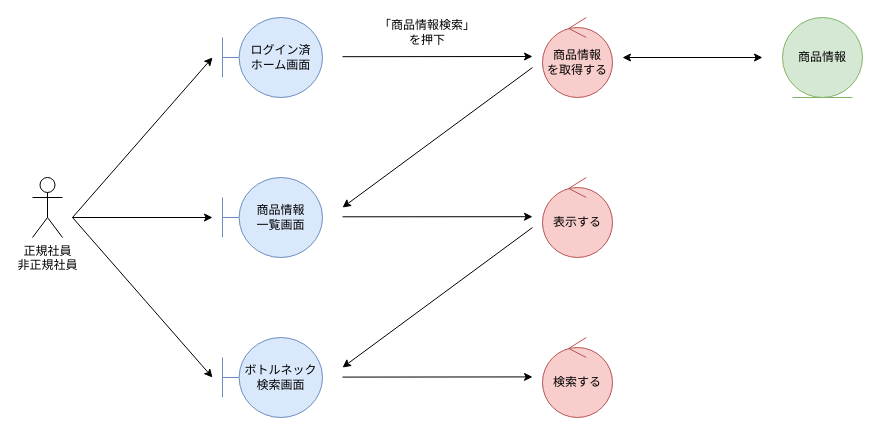
Before: page "*ボトルネック判定" (2 of 3) of 各種設計書/3ロバストネス図/商品情報管理/2.検索機能.drawio in HaruShim/Sotuken, a draw.io diagram. Source tidied: cells renumbered, new cells numbered last; positions are measured from the earlier drawing's top-left corner, leaving out a move shared by most shapes. Both pictures are drawn from the tidied source at 100%, with x=0, y=0 at pixel (32, 17).
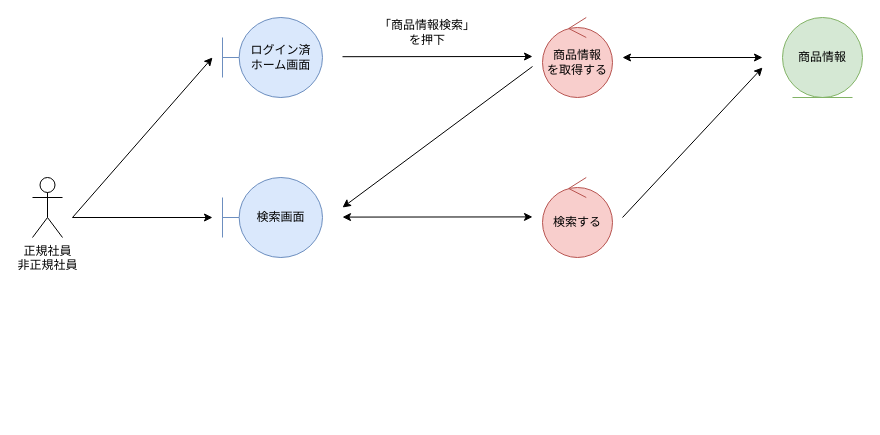
The same diagram, later.

What changed in the source:
```diff
@@
-    <mxCell id="4" value="商品情報&lt;br&gt;一覧画面" style="shape=umlBoundary;whiteSpace=wrap;html=1;fillColor=#dae8fc;strokeColor=#6c8ebf;" parent="1" vertex="1">
-      <mxGeometry x="190" y="160" width="100" height="80" as="geometry" />
-    </mxCell>
@@
-    <mxCell id="12" style="endArrow=classic;html=1;rounded=0;startArrow=none;startFill=0;endFill=1;" parent="1" edge="1">
-      <mxGeometry relative="1" as="geometry">
-        <mxPoint x="500" y="50" as="sourcePoint" />
-        <mxPoint x="310" y="190" as="targetPoint" />
-      </mxGeometry>
-    </mxCell>
-    <mxCell id="13" style="endArrow=classic;html=1;rounded=0;" parent="1" edge="1">
-      <mxGeometry relative="1" as="geometry">
-        <mxPoint x="310" y="199.3" as="sourcePoint" />
-        <mxPoint x="500" y="199.2" as="targetPoint" />
-      </mxGeometry>
-    </mxCell>
-    <mxCell id="14" value="表示する" style="ellipse;shape=umlControl;whiteSpace=wrap;html=1;fillColor=#f8cecc;strokeColor=#b85450;" parent="1" vertex="1">
-      <mxGeometry x="510" y="160" width="70" height="80" as="geometry" />
-    </mxCell>
-    <mxCell id="15" value="ボトルネック検索画面" style="shape=umlBoundary;whiteSpace=wrap;html=1;fillColor=#dae8fc;strokeColor=#6c8ebf;" parent="1" vertex="1">
-      <mxGeometry x="190" y="320" width="100" height="80" as="geometry" />
+    <mxCell id="15" value="検索画面" style="shape=umlBoundary;whiteSpace=wrap;html=1;fillColor=#dae8fc;strokeColor=#6c8ebf;" parent="1" vertex="1">
+      <mxGeometry x="190" y="160" width="100" height="80" as="geometry" />
     </mxCell>
     <mxCell id="16" value="検索する" style="ellipse;shape=umlControl;whiteSpace=wrap;html=1;fillColor=#f8cecc;strokeColor=#b85450;" parent="1" vertex="1">
-      <mxGeometry x="510" y="320" width="70" height="80" as="geometry" />
+      <mxGeometry x="510" y="160" width="70" height="80" as="geometry" />
     </mxCell>
-    <mxCell id="17" style="endArrow=classic;html=1;rounded=0;startArrow=none;startFill=0;endFill=1;" parent="1" edge="1">
-      <mxGeometry relative="1" as="geometry">
-        <mxPoint x="500" y="210" as="sourcePoint" />
-        <mxPoint x="310" y="350" as="targetPoint" />
-      </mxGeometry>
-    </mxCell>
-    <mxCell id="18" style="endArrow=classic;html=1;rounded=0;" parent="1" edge="1">
-      <mxGeometry relative="1" as="geometry">
-        <mxPoint x="310" y="359.6" as="sourcePoint" />
-        <mxPoint x="500" y="359.4" as="targetPoint" />
-      </mxGeometry>
-    </mxCell>
-    <mxCell id="19" style="endArrow=classic;html=1;rounded=0;" parent="1" edge="1">
-      <mxGeometry relative="1" as="geometry">
-        <mxPoint x="40" y="200" as="sourcePoint" />
-        <mxPoint x="180" y="360" as="targetPoint" />
-      </mxGeometry>
-    </mxCell>
+    <mxCell id="20" style="endArrow=classic;html=1;rounded=0;" parent="1" edge="1">
+      <mxGeometry relative="1" as="geometry">
+        <mxPoint x="500" y="49" as="sourcePoint" />
+        <mxPoint x="310" y="190" as="targetPoint" />
+      </mxGeometry>
+    </mxCell>
+    <mxCell id="21" style="endArrow=classic;html=1;rounded=0;startArrow=classic;startFill=1;" parent="1" edge="1">
+      <mxGeometry relative="1" as="geometry">
+        <mxPoint x="310" y="199.6" as="sourcePoint" />
+        <mxPoint x="500" y="199.4" as="targetPoint" />
+      </mxGeometry>
+    </mxCell>
+    <mxCell id="22" style="endArrow=classic;html=1;rounded=0;" parent="1" edge="1">
+      <mxGeometry relative="1" as="geometry">
+        <mxPoint x="590" y="200" as="sourcePoint" />
+        <mxPoint x="730" y="50" as="targetPoint" />
+      </mxGeometry>
+    </mxCell>
```
